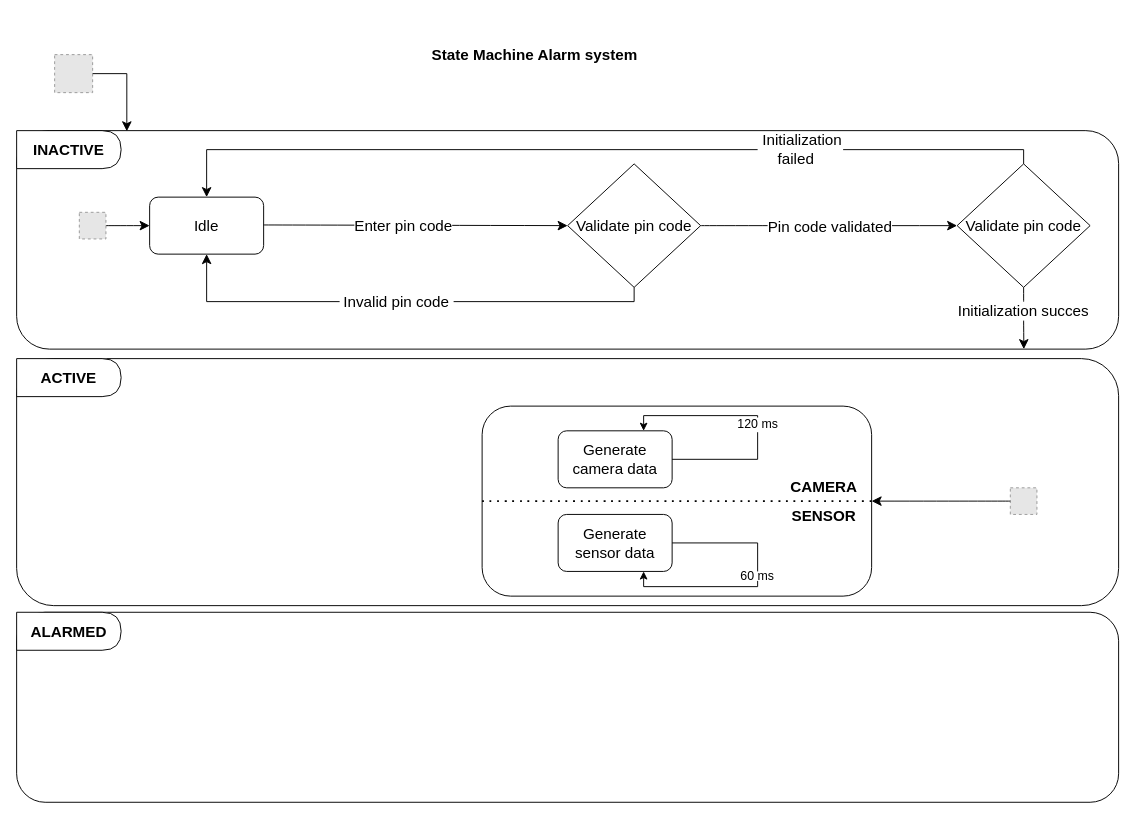
This is stateMachines_alarmSystem.drawio from Andreas-Bugge/HW-SW, a draw.io file, before an edit. Source tidied: cells renumbered, new cells numbered last; positions are measured from the earlier drawing's top-left corner, leaving out a move shared by most shapes. Both pictures are drawn from the tidied source at 95%, with x=0, y=0 at pixel (16, 26). Pictures stored in the file or linked from it are replaced by grey dashed boxes.
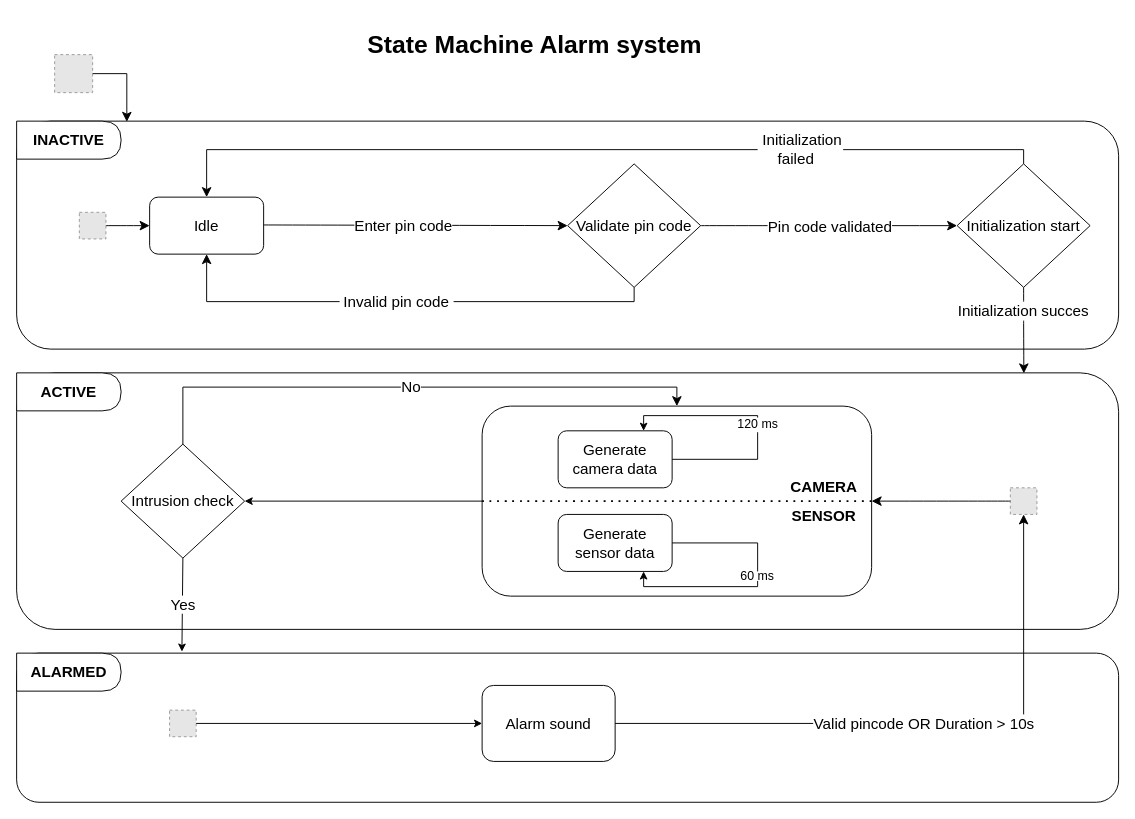
Above is the later version.

Unchanged cells that the change refers to:
```xml
<mxCell id="24" value="Initialization succes" style="text;html=1;strokeColor=none;fillColor=none;align=center;verticalAlign=middle;whiteSpace=wrap;rounded=0;fontSize=16;" parent="1" vertex="1">
  <mxGeometry x="960" y="290" width="200" height="20" as="geometry" />
</mxCell>
<mxCell id="27" style="fillColor=#E6E6E6;strokeColor=#999999;dashed=1;html=1;verticalAlign=top;verticalLabelPosition=bottom;labelBackgroundColor=#ffffff;fontSize=16;" parent="1" vertex="1">
  <mxGeometry x="1046" y="486" width="28" height="28" as="geometry" />
</mxCell>
<mxCell id="28" style="rounded=1;whiteSpace=wrap;html=1;fontSize=16;" parent="1" vertex="1">
  <mxGeometry x="490" y="400" width="410" height="200" as="geometry" />
</mxCell>
```

The edit, as a diff of the source:
```diff
@@
     <mxCell id="2" style="rounded=1;whiteSpace=wrap;html=1;fontSize=16;" parent="1" vertex="1">
-      <mxGeometry y="350" width="1160" height="260" as="geometry" />
+      <mxGeometry y="365" width="1160" height="270" as="geometry" />
     </mxCell>
     <mxCell id="3" style="rounded=1;whiteSpace=wrap;html=1;fontSize=16;" parent="1" vertex="1">
-      <mxGeometry y="110" width="1160" height="230" as="geometry" />
+      <mxGeometry y="100" width="1160" height="240" as="geometry" />
     </mxCell>
     <mxCell id="4" value="&lt;b&gt;INACTIVE&lt;/b&gt;" style="shape=delay;whiteSpace=wrap;html=1;fontSize=16;" parent="1" vertex="1">
-      <mxGeometry y="110" width="110" height="40" as="geometry" />
+      <mxGeometry y="100" width="110" height="40" as="geometry" />
     </mxCell>
     <mxCell id="5" value="&lt;b&gt;ACTIVE&lt;/b&gt;" style="shape=delay;whiteSpace=wrap;html=1;fontSize=16;" parent="1" vertex="1">
-      <mxGeometry y="350" width="110" height="40" as="geometry" />
+      <mxGeometry y="365" width="110" height="40" as="geometry" />
     </mxCell>
     <mxCell id="6" style="rounded=1;whiteSpace=wrap;html=1;fontSize=16;" parent="1" vertex="1">
-      <mxGeometry y="617" width="1160" height="200" as="geometry" />
+      <mxGeometry y="660" width="1160" height="157" as="geometry" />
     </mxCell>
     <mxCell id="7" value="&lt;b&gt;ALARMED&lt;/b&gt;" style="shape=delay;whiteSpace=wrap;html=1;fontSize=16;" parent="1" vertex="1">
-      <mxGeometry y="617" width="110" height="40" as="geometry" />
+      <mxGeometry y="660" width="110" height="40" as="geometry" />
     </mxCell>
@@
-    <mxCell id="9" value="State Machine Alarm system" style="text;strokeColor=none;fillColor=none;html=1;fontSize=16;fontStyle=1;verticalAlign=middle;align=center;" parent="1" vertex="1">
-      <mxGeometry x="450" width="190" height="60" as="geometry" />
+    <mxCell id="9" value="&lt;font style=&quot;font-size: 26px;&quot;&gt;State Machine Alarm system&lt;/font&gt;" style="text;strokeColor=none;fillColor=none;html=1;fontSize=16;fontStyle=1;verticalAlign=middle;align=center;" parent="1" vertex="1">
+      <mxGeometry x="450" y="-10" width="190" height="60" as="geometry" />
     </mxCell>
@@
-    <mxCell id="22" value="Validate pin code" style="rhombus;whiteSpace=wrap;html=1;fontSize=16;" parent="1" vertex="1">
+    <mxCell id="22" value="Initialization start" style="rhombus;whiteSpace=wrap;html=1;fontSize=16;" parent="1" vertex="1">
       <mxGeometry x="990" y="145" width="140" height="130" as="geometry" />
     </mxCell>
@@
-    <mxCell id="26" style="endArrow=classic;html=1;rounded=0;fontSize=12;startSize=8;endSize=8;curved=1;entryX=0.914;entryY=1;entryDx=0;entryDy=0;entryPerimeter=0;exitX=0.5;exitY=1;exitDx=0;exitDy=0;" parent="1" edge="1" source="24" target="3">
+    <mxCell id="26" style="endArrow=classic;html=1;rounded=0;fontSize=12;startSize=8;endSize=8;curved=1;exitX=0.5;exitY=1;exitDx=0;exitDy=0;entryX=0.914;entryY=0.002;entryDx=0;entryDy=0;entryPerimeter=0;" parent="1" edge="1" source="24" target="2">
       <mxGeometry relative="1" as="geometry" />
     </mxCell>
@@
+    <mxCell id="43" value="&lt;font style=&quot;font-size: 16px;&quot;&gt;Intrusion check&lt;/font&gt;" style="rhombus;whiteSpace=wrap;html=1;" parent="1" vertex="1">
+      <mxGeometry x="110" y="440" width="130" height="120" as="geometry" />
+    </mxCell>
+    <mxCell id="44" value="No" style="edgeStyle=elbowEdgeStyle;elbow=horizontal;endArrow=classic;html=1;curved=0;rounded=0;endSize=8;startSize=8;exitX=0.5;exitY=0;exitDx=0;exitDy=0;entryX=0.5;entryY=0;entryDx=0;entryDy=0;fontSize=16;" parent="1" edge="1" source="43" target="28">
+      <mxGeometry relative="1" as="geometry">
+        <Array as="points">
+          <mxPoint x="210" y="380" />
+        </Array>
+      </mxGeometry>
+    </mxCell>
+    <mxCell id="45" style="endArrow=classic;html=1;rounded=0;entryX=1;entryY=0.5;entryDx=0;entryDy=0;" parent="1" edge="1" target="43">
+      <mxGeometry relative="1" as="geometry">
+        <mxPoint x="490" y="500" as="sourcePoint" />
+      </mxGeometry>
+    </mxCell>
+    <mxCell id="46" value="Yes" style="endArrow=classic;html=1;rounded=0;exitX=0.5;exitY=1;exitDx=0;exitDy=0;fontSize=16;entryX=0.15;entryY=-0.01;entryDx=0;entryDy=0;entryPerimeter=0;" parent="1" edge="1" source="43" target="6">
+      <mxGeometry relative="1" as="geometry" />
+    </mxCell>
+    <mxCell id="47" style="fillColor=#E6E6E6;strokeColor=#999999;dashed=1;html=1;verticalAlign=top;verticalLabelPosition=bottom;labelBackgroundColor=#ffffff;fontSize=16;" parent="1" vertex="1">
+      <mxGeometry x="161" y="720" width="28" height="28" as="geometry" />
+    </mxCell>
+    <mxCell id="48" value="&lt;font style=&quot;font-size: 16px;&quot;&gt;Alarm sound&lt;/font&gt;" style="rounded=1;whiteSpace=wrap;html=1;" parent="1" vertex="1">
+      <mxGeometry x="490" y="694" width="140" height="80" as="geometry" />
+    </mxCell>
+    <mxCell id="49" style="endArrow=classic;html=1;rounded=0;exitX=1;exitY=0.5;exitDx=0;exitDy=0;entryX=0;entryY=0.5;entryDx=0;entryDy=0;" parent="1" edge="1" source="47" target="48">
+      <mxGeometry relative="1" as="geometry" />
+    </mxCell>
+    <mxCell id="50" value="Valid pincode OR Duration &amp;gt; 10s" style="edgeStyle=segmentEdgeStyle;endArrow=classic;html=1;curved=0;rounded=0;endSize=8;startSize=8;entryX=0.5;entryY=1;entryDx=0;entryDy=0;exitX=1;exitY=0.5;exitDx=0;exitDy=0;strokeWidth=1;fontSize=16;" parent="1" edge="1" source="48" target="27">
+      <mxGeometry relative="1" as="geometry" />
+    </mxCell>
```
